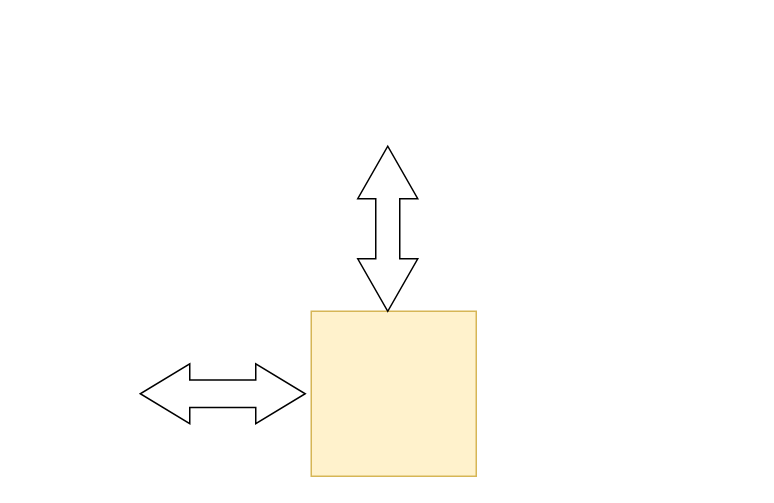
Above: Megnevezetlen diagram.drawio in Mazsi04/IOT_okosothon_vezerlo (draw.io), before the change. Source tidied: cells renumbered, new cells numbered last; positions are measured from the earlier drawing's top-left corner, leaving out a move shared by most shapes. Both pictures are drawn from the tidied source at 150%, with x=0, y=0 at pixel (140, 198).
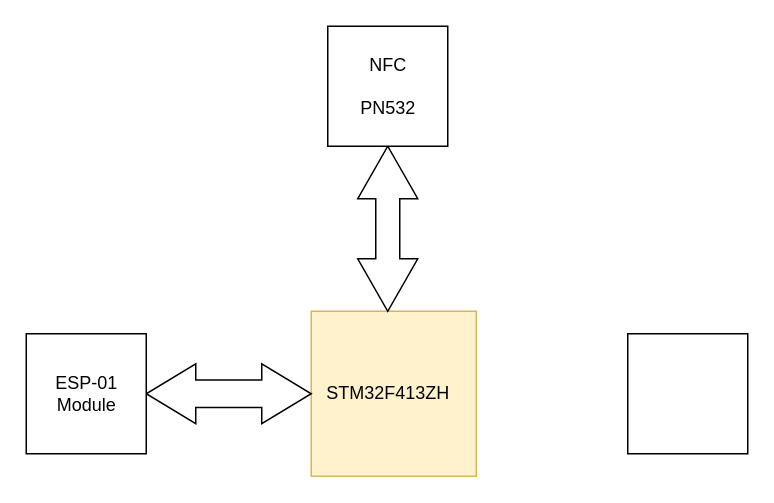
The same page after the edit.

The edit, as a diff of the source:
```diff
@@
 <mxGraphModel>
   <root>
     <mxCell id="0" />
     <mxCell id="1" parent="0" />
     <mxCell id="2" style="whiteSpace=wrap;html=1;fillColor=#fff2cc;strokeColor=#d6b656;" parent="1" vertex="1">
       <mxGeometry x="114" y="75" width="110" height="110" as="geometry" />
     </mxCell>
     <mxCell id="3" style="html=1;shadow=0;dashed=0;align=center;verticalAlign=middle;shape=mxgraph.arrows2.twoWayArrow;dy=0.6;dx=35;rotation=-90;" parent="1" vertex="1">
       <mxGeometry x="110" width="110" height="40" as="geometry" />
     </mxCell>
     <mxCell id="4" style="html=1;shadow=0;dashed=0;align=center;verticalAlign=middle;shape=mxgraph.arrows2.twoWayArrow;dy=0.54;dx=33;rotation=-180;" parent="1" vertex="1">
-      <mxGeometry y="110" width="110" height="40" as="geometry" />
+      <mxGeometry x="4" y="110" width="110" height="40" as="geometry" />
     </mxCell>
+    <mxCell id="5" value="STM32F413ZH" style="text;html=1;align=center;verticalAlign=middle;strokeColor=none;fillColor=none;" parent="1" vertex="1">
+      <mxGeometry x="110" y="115" width="110" height="30" as="geometry" />
+    </mxCell>
+    <mxCell id="6" style="whiteSpace=wrap;html=1;" parent="1" vertex="1">
+      <mxGeometry x="125" y="-115" width="80" height="80" as="geometry" />
+    </mxCell>
+    <mxCell id="7" value="NFC&lt;div&gt;&lt;br&gt;&lt;div&gt;PN532&lt;/div&gt;&lt;/div&gt;" style="text;html=1;align=center;verticalAlign=middle;strokeColor=none;fillColor=none;" parent="1" vertex="1">
+      <mxGeometry x="135" y="-105" width="60" height="60" as="geometry" />
+    </mxCell>
+    <mxCell id="8" style="whiteSpace=wrap;html=1;" parent="1" vertex="1">
+      <mxGeometry x="-76" y="90" width="80" height="80" as="geometry" />
+    </mxCell>
+    <mxCell id="9" value="ESP-01&lt;div&gt;Module&lt;/div&gt;" style="text;html=1;align=center;verticalAlign=middle;strokeColor=none;fillColor=none;" parent="1" vertex="1">
+      <mxGeometry x="-66" y="110" width="60" height="40" as="geometry" />
+    </mxCell>
+    <mxCell id="10" style="whiteSpace=wrap;html=1;" parent="1" vertex="1">
+      <mxGeometry x="325" y="90" width="80" height="80" as="geometry" />
+    </mxCell>
   </root>
 </mxGraphModel>
```
